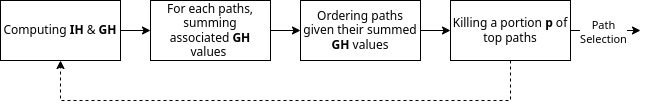
Earlier version of the draw.io export img/summed_heatmap_value.drawio.png (owrel/plan-merging-report). Source tidied: cells renumbered, new cells last; positions are measured from the earlier drawing's top-left corner, leaving out a move shared by most shapes. Source of this version:
```xml
<mxGraphModel>
  <root>
    <mxCell id="0" />
    <mxCell id="1" parent="0" />
    <mxCell id="2" style="edgeStyle=orthogonalEdgeStyle;rounded=0;jettySize=auto;html=1;" parent="1" edge="1" source="3" target="5">
      <mxGeometry relative="1" as="geometry" />
    </mxCell>
    <mxCell id="3" value="Computing &lt;b&gt;IH&lt;/b&gt;&lt;i style=&quot;font-weight: bold;&quot;&gt;&amp;nbsp;&lt;/i&gt;&amp;amp; &lt;b&gt;GH&lt;/b&gt;" style="rounded=0;whiteSpace=wrap;html=1;" parent="1" vertex="1">
      <mxGeometry width="120" height="60" as="geometry" />
    </mxCell>
    <mxCell id="4" style="edgeStyle=orthogonalEdgeStyle;rounded=0;jettySize=auto;html=1;" parent="1" edge="1" source="5" target="7">
      <mxGeometry relative="1" as="geometry" />
    </mxCell>
    <mxCell id="5" value="For each paths, summing associated&amp;nbsp;&lt;b&gt;GH &lt;/b&gt;values&lt;b&gt;&amp;nbsp;&lt;/b&gt;" style="rounded=0;whiteSpace=wrap;html=1;" parent="1" vertex="1">
      <mxGeometry x="150" width="120" height="60" as="geometry" />
    </mxCell>
    <mxCell id="6" style="edgeStyle=orthogonalEdgeStyle;rounded=0;jettySize=auto;html=1;" parent="1" edge="1" source="7" target="9">
      <mxGeometry relative="1" as="geometry" />
    </mxCell>
    <mxCell id="7" value="Ordering paths given their summed &lt;b&gt;GH &lt;/b&gt;values" style="whiteSpace=wrap;html=1;rounded=0;" parent="1" vertex="1">
      <mxGeometry x="300" width="120" height="60" as="geometry" />
    </mxCell>
    <mxCell id="8" style="edgeStyle=orthogonalEdgeStyle;rounded=0;jettySize=auto;html=1;dashed=1;entryX=0.5;entryY=1;entryDx=0;entryDy=0;" parent="1" edge="1" source="9" target="3">
      <mxGeometry relative="1" as="geometry">
        <Array as="points">
          <mxPoint x="510" y="100" />
          <mxPoint x="60" y="100" />
        </Array>
      </mxGeometry>
    </mxCell>
    <mxCell id="9" value="Killing a portion &lt;b&gt;p&lt;/b&gt;&amp;nbsp;of top paths" style="whiteSpace=wrap;html=1;rounded=0;" parent="1" vertex="1">
      <mxGeometry x="450" width="120" height="60" as="geometry" />
    </mxCell>
    <mxCell id="10" style="endArrow=classic;html=1;rounded=0;exitX=1;exitY=0.5;exitDx=0;exitDy=0;" parent="1" edge="1" source="9">
      <mxGeometry relative="1" as="geometry">
        <mxPoint x="640" y="30" as="targetPoint" />
      </mxGeometry>
    </mxCell>
    <mxCell id="11" value="Path&lt;br&gt;Selection" style="edgeLabel;html=1;align=center;verticalAlign=middle;" parent="10" vertex="1">
      <mxGeometry x="-0.09" y="-2" relative="1" as="geometry">
        <mxPoint y="-2" as="offset" />
      </mxGeometry>
    </mxCell>
  </root>
</mxGraphModel>
```
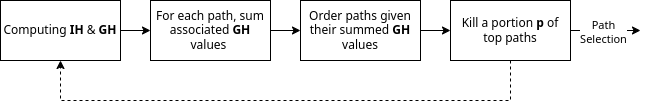
The same diagram one commit later.

Diff of the diagram source:
```diff
@@ -11,13 +11,13 @@
     <mxCell id="4" style="edgeStyle=orthogonalEdgeStyle;rounded=0;jettySize=auto;html=1;" parent="1" edge="1" source="5" target="7">
       <mxGeometry relative="1" as="geometry" />
     </mxCell>
-    <mxCell id="5" value="For each paths, summing associated&amp;nbsp;&lt;b&gt;GH &lt;/b&gt;values&lt;b&gt;&amp;nbsp;&lt;/b&gt;" style="rounded=0;whiteSpace=wrap;html=1;" parent="1" vertex="1">
+    <mxCell id="5" value="For each path, sum associated&amp;nbsp;&lt;b&gt;GH &lt;/b&gt;values&lt;b&gt;&amp;nbsp;&lt;/b&gt;" style="rounded=0;whiteSpace=wrap;html=1;" parent="1" vertex="1">
       <mxGeometry x="150" width="120" height="60" as="geometry" />
     </mxCell>
     <mxCell id="6" style="edgeStyle=orthogonalEdgeStyle;rounded=0;jettySize=auto;html=1;" parent="1" edge="1" source="7" target="9">
       <mxGeometry relative="1" as="geometry" />
     </mxCell>
-    <mxCell id="7" value="Ordering paths given their summed &lt;b&gt;GH &lt;/b&gt;values" style="whiteSpace=wrap;html=1;rounded=0;" parent="1" vertex="1">
+    <mxCell id="7" value="Order paths given their summed &lt;b&gt;GH &lt;/b&gt;values" style="whiteSpace=wrap;html=1;rounded=0;" parent="1" vertex="1">
       <mxGeometry x="300" width="120" height="60" as="geometry" />
     </mxCell>
     <mxCell id="8" style="edgeStyle=orthogonalEdgeStyle;rounded=0;jettySize=auto;html=1;dashed=1;entryX=0.5;entryY=1;entryDx=0;entryDy=0;" parent="1" edge="1" source="9" target="3">
@@ -28,7 +28,7 @@
         </Array>
       </mxGeometry>
     </mxCell>
-    <mxCell id="9" value="Killing a portion &lt;b&gt;p&lt;/b&gt;&amp;nbsp;of top paths" style="whiteSpace=wrap;html=1;rounded=0;" parent="1" vertex="1">
+    <mxCell id="9" value="Kill a portion &lt;b&gt;p&lt;/b&gt;&amp;nbsp;of top paths" style="whiteSpace=wrap;html=1;rounded=0;" parent="1" vertex="1">
       <mxGeometry x="450" width="120" height="60" as="geometry" />
     </mxCell>
     <mxCell id="10" style="endArrow=classic;html=1;rounded=0;exitX=1;exitY=0.5;exitDx=0;exitDy=0;" parent="1" edge="1" source="9">
```
